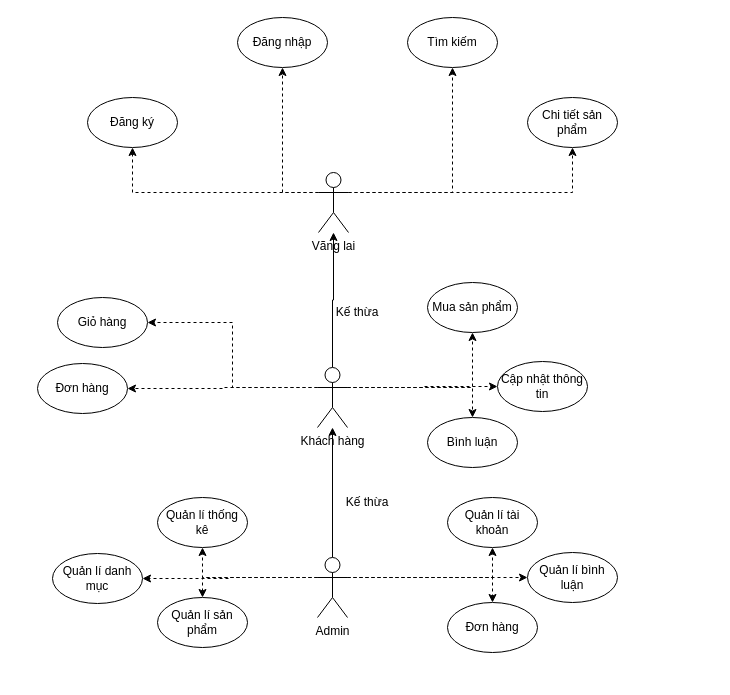
Before: Biểu đồ không có tiêu đề.drawio in luonggg1124/test1, a draw.io diagram. Source tidied: cells renumbered, new cells numbered last; positions are measured from the earlier drawing's top-left corner, leaving out a move shared by most shapes. Both pictures are drawn from the tidied source at 100%, with x=0, y=0 at pixel (37, 17).
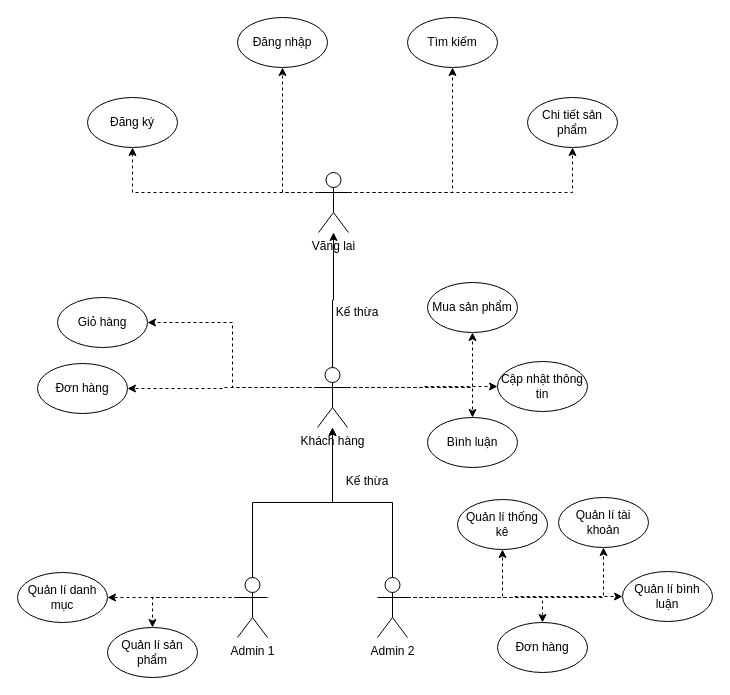
After the change.

The change refers to these unchanged cells:
```xml
<mxCell id="17" value="Khách hàng" style="shape=umlActor;verticalLabelPosition=bottom;verticalAlign=top;html=1;outlineConnect=0;" parent="1" vertex="1">
  <mxGeometry x="280" y="350" width="30" height="60" as="geometry" />
</mxCell>
```

Diff of the diagram source:
```diff
@@
-    <mxCell id="26" style="edgeStyle=orthogonalEdgeStyle;rounded=0;jettySize=auto;html=1;exitX=0;exitY=0.3333333333333333;exitDx=0;exitDy=0;exitPerimeter=0;entryX=0.5;entryY=1;entryDx=0;entryDy=0;dashed=1;" parent="1" edge="1" source="31" target="37">
-      <mxGeometry relative="1" as="geometry" />
-    </mxCell>
@@
-    <mxCell id="28" style="edgeStyle=orthogonalEdgeStyle;rounded=0;jettySize=auto;html=1;exitX=1;exitY=0.3333333333333333;exitDx=0;exitDy=0;exitPerimeter=0;entryX=0;entryY=0.5;entryDx=0;entryDy=0;dashed=1;" parent="1" edge="1" source="31" target="36">
-      <mxGeometry relative="1" as="geometry" />
-    </mxCell>
-    <mxCell id="29" style="edgeStyle=orthogonalEdgeStyle;rounded=0;jettySize=auto;html=1;exitX=1;exitY=0.3333333333333333;exitDx=0;exitDy=0;exitPerimeter=0;entryX=0.5;entryY=1;entryDx=0;entryDy=0;dashed=1;" parent="1" edge="1" source="31" target="35">
-      <mxGeometry relative="1" as="geometry" />
-    </mxCell>
-    <mxCell id="30" style="edgeStyle=orthogonalEdgeStyle;rounded=0;jettySize=auto;html=1;exitX=1;exitY=0.3333333333333333;exitDx=0;exitDy=0;exitPerimeter=0;entryX=0.5;entryY=0;entryDx=0;entryDy=0;dashed=1;" parent="1" edge="1" source="31" target="38">
-      <mxGeometry relative="1" as="geometry" />
-    </mxCell>
-    <mxCell id="31" value="Admin" style="shape=umlActor;verticalLabelPosition=bottom;verticalAlign=top;html=1;outlineConnect=0;" parent="1" vertex="1">
-      <mxGeometry x="280" y="540" width="30" height="60" as="geometry" />
+    <mxCell id="31" value="Admin 1" style="shape=umlActor;verticalLabelPosition=bottom;verticalAlign=top;html=1;outlineConnect=0;" parent="1" vertex="1">
+      <mxGeometry x="200" y="560" width="30" height="60" as="geometry" />
     </mxCell>
     <mxCell id="32" value="Kế thừa" style="text;html=1;strokeColor=none;fillColor=none;align=center;verticalAlign=middle;whiteSpace=wrap;rounded=0;" parent="1" vertex="1">
-      <mxGeometry x="300" y="470" width="60" height="30" as="geometry" />
+      <mxGeometry x="300" y="449" width="60" height="30" as="geometry" />
     </mxCell>
     <mxCell id="33" value="Quản lí danh mục" style="ellipse;whiteSpace=wrap;html=1;" parent="1" vertex="1">
-      <mxGeometry x="15" y="536" width="90" height="50" as="geometry" />
+      <mxGeometry x="-20" y="555" width="90" height="50" as="geometry" />
     </mxCell>
     <mxCell id="34" value="Quản lí sản phẩm" style="ellipse;whiteSpace=wrap;html=1;" parent="1" vertex="1">
-      <mxGeometry x="120" y="580" width="90" height="50" as="geometry" />
+      <mxGeometry x="70" y="610" width="90" height="50" as="geometry" />
     </mxCell>
     <mxCell id="35" value="Quản lí tài khoản" style="ellipse;whiteSpace=wrap;html=1;" parent="1" vertex="1">
-      <mxGeometry x="410" y="480" width="90" height="50" as="geometry" />
+      <mxGeometry x="521" y="480" width="90" height="50" as="geometry" />
     </mxCell>
     <mxCell id="36" value="Quản lí bình luận" style="ellipse;whiteSpace=wrap;html=1;" parent="1" vertex="1">
-      <mxGeometry x="490" y="535" width="90" height="50" as="geometry" />
+      <mxGeometry x="585" y="554" width="90" height="50" as="geometry" />
     </mxCell>
+    <mxCell id="38" value="Đơn hàng" style="ellipse;whiteSpace=wrap;html=1;" parent="1" vertex="1">
+      <mxGeometry x="460" y="605" width="90" height="50" as="geometry" />
+    </mxCell>
+    <mxCell id="39" style="edgeStyle=orthogonalEdgeStyle;rounded=0;jettySize=auto;html=1;exitX=0.5;exitY=0;exitDx=0;exitDy=0;exitPerimeter=0;" parent="1" edge="1" source="44" target="17">
+      <mxGeometry relative="1" as="geometry" />
+    </mxCell>
+    <mxCell id="40" style="edgeStyle=orthogonalEdgeStyle;rounded=0;jettySize=auto;html=1;exitX=1;exitY=0.3333333333333333;exitDx=0;exitDy=0;exitPerimeter=0;entryX=0.5;entryY=1;entryDx=0;entryDy=0;dashed=1;" parent="1" edge="1" source="44" target="35">
+      <mxGeometry relative="1" as="geometry" />
+    </mxCell>
+    <mxCell id="41" style="edgeStyle=orthogonalEdgeStyle;rounded=0;jettySize=auto;html=1;exitX=1;exitY=0.3333333333333333;exitDx=0;exitDy=0;exitPerimeter=0;entryX=0;entryY=0.5;entryDx=0;entryDy=0;dashed=1;" parent="1" edge="1" source="44" target="36">
+      <mxGeometry relative="1" as="geometry" />
+    </mxCell>
+    <mxCell id="42" style="edgeStyle=orthogonalEdgeStyle;rounded=0;jettySize=auto;html=1;exitX=1;exitY=0.3333333333333333;exitDx=0;exitDy=0;exitPerimeter=0;entryX=0.5;entryY=0;entryDx=0;entryDy=0;dashed=1;" parent="1" edge="1" source="44" target="38">
+      <mxGeometry relative="1" as="geometry" />
+    </mxCell>
+    <mxCell id="43" style="edgeStyle=orthogonalEdgeStyle;rounded=0;jettySize=auto;html=1;exitX=1;exitY=0.3333333333333333;exitDx=0;exitDy=0;exitPerimeter=0;entryX=0.5;entryY=1;entryDx=0;entryDy=0;dashed=1;" parent="1" edge="1" source="44" target="37">
+      <mxGeometry relative="1" as="geometry" />
+    </mxCell>
+    <mxCell id="44" value="Admin 2" style="shape=umlActor;verticalLabelPosition=bottom;verticalAlign=top;html=1;outlineConnect=0;" parent="1" vertex="1">
+      <mxGeometry x="340" y="560" width="30" height="60" as="geometry" />
+    </mxCell>
     <mxCell id="37" value="Quản lí thống kê" style="ellipse;whiteSpace=wrap;html=1;" parent="1" vertex="1">
-      <mxGeometry x="120" y="480" width="90" height="50" as="geometry" />
+      <mxGeometry x="420" y="482" width="90" height="50" as="geometry" />
     </mxCell>
-    <mxCell id="38" value="Đơn hàng" style="ellipse;whiteSpace=wrap;html=1;" parent="1" vertex="1">
-      <mxGeometry x="410" y="585" width="90" height="50" as="geometry" />
-    </mxCell>
```
